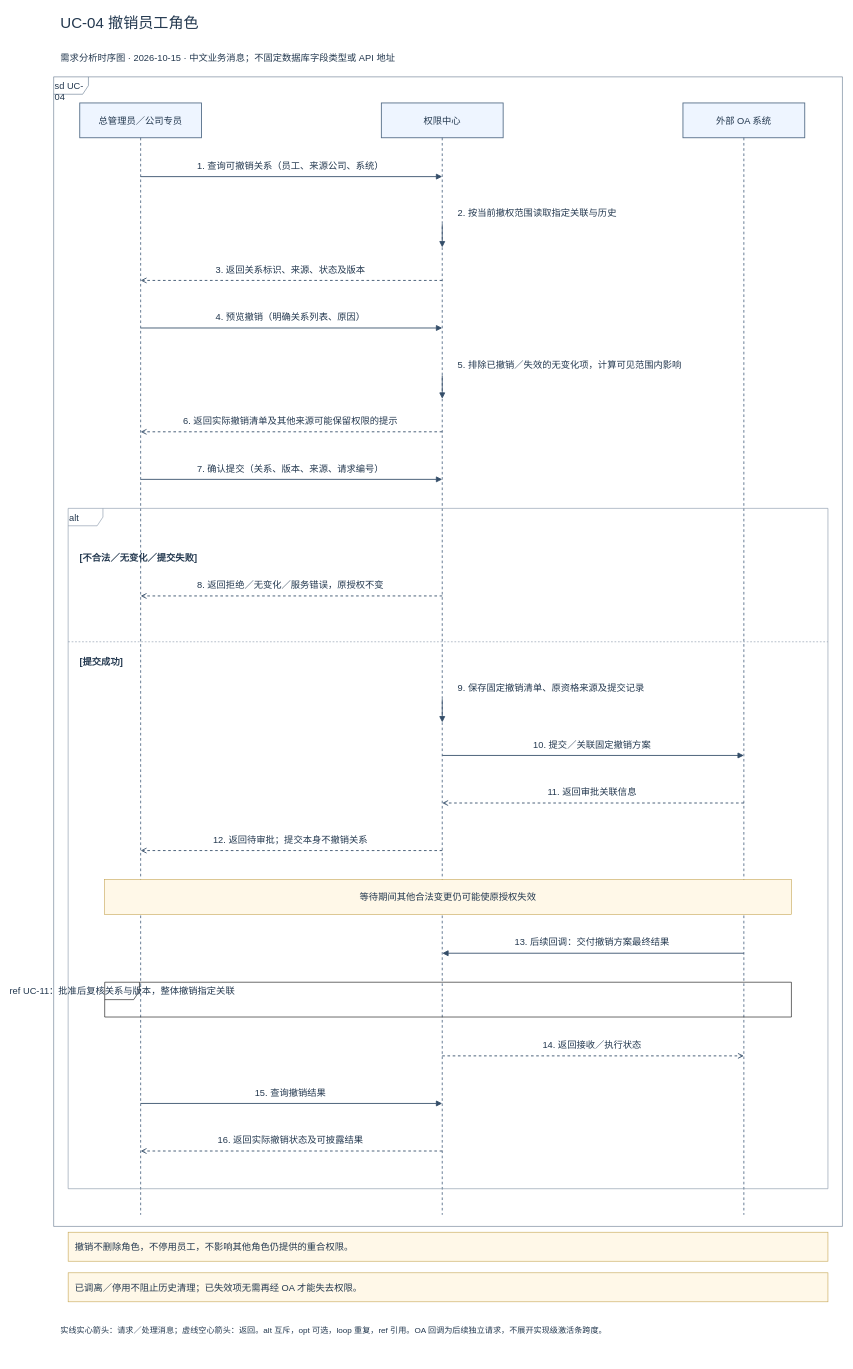
Above: page "UC-04 撤销员工角色" (4 of 18) of docs/sequences-v1/权限管理系统_全部时序图.drawio in Noah-hope/RBAC-admin (draw.io), before the change. Source tidied: cells renumbered, new cells numbered last; positions are measured from the earlier drawing's top-left corner, leaving out a move shared by most shapes. Both pictures are drawn from the tidied source at 58%, with x=0, y=0 at pixel (53, 10).
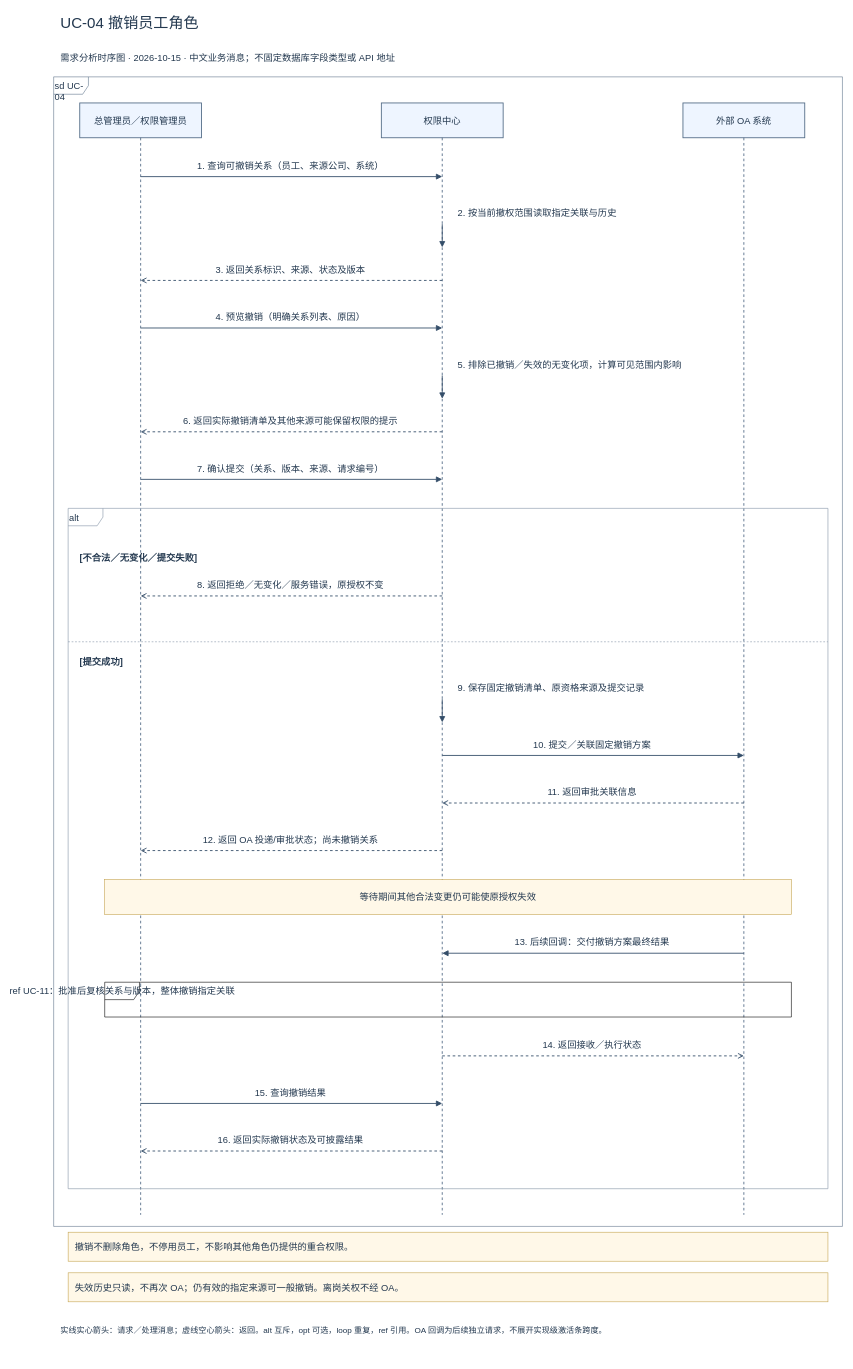
Above is the later version.

What changed in the source:
```diff
@@
-    <mxCell id="5" value="总管理员／公司专员" style="html=1;fontFamily=Microsoft YaHei;fontSize=16;fontColor=#23384f;shape=umlLifeline;perimeter=lifelinePerimeter;size=60;align=center;verticalAlign=top;spacingTop=15;whiteSpace=wrap;fillColor=#eef5ff;strokeColor=#526b86;strokeWidth=1.5;" parent="1" vertex="1">
+    <mxCell id="5" value="总管理员／权限管理员" style="html=1;fontFamily=Microsoft YaHei;fontSize=16;fontColor=#23384f;shape=umlLifeline;perimeter=lifelinePerimeter;size=60;align=center;verticalAlign=top;spacingTop=15;whiteSpace=wrap;fillColor=#eef5ff;strokeColor=#526b86;strokeWidth=1.5;" parent="1" vertex="1">
       <mxGeometry x="45" y="160" width="210" height="1917" as="geometry" />
     </mxCell>
@@
-    <mxCell id="35" value="12. 返回待审批；提交本身不撤销关系" style="html=1;fontFamily=Microsoft YaHei;fontSize=16;fontColor=#23384f;text;align=center;verticalAlign=middle;fillColor=#ffffff;strokeColor=none;" parent="1" vertex="1">
+    <mxCell id="35" value="12. 返回 OA 投递/审批状态；尚未撤销关系" style="html=1;fontFamily=Microsoft YaHei;fontSize=16;fontColor=#23384f;text;align=center;verticalAlign=middle;fillColor=#ffffff;strokeColor=none;" parent="1" vertex="1">
       <mxGeometry x="175" y="1418" width="465" height="24" as="geometry" />
     </mxCell>
@@
-    <mxCell id="47" value="已调离／停用不阻止历史清理；已失效项无需再经 OA 才能失去权限。" style="html=1;fontFamily=Microsoft YaHei;fontSize=16;fontColor=#23384f;rounded=0;whiteSpace=wrap;align=left;spacing=12;fillColor=#fff8e8;strokeColor=#c4a34f;" parent="1" vertex="1">
+    <mxCell id="47" value="失效历史只读，不再次 OA；仍有效的指定来源可一般撤销。离岗关权不经 OA。" style="html=1;fontFamily=Microsoft YaHei;fontSize=16;fontColor=#23384f;rounded=0;whiteSpace=wrap;align=left;spacing=12;fillColor=#fff8e8;strokeColor=#c4a34f;" parent="1" vertex="1">
       <mxGeometry x="25" y="2177" width="1310" height="50" as="geometry" />
     </mxCell>
```
